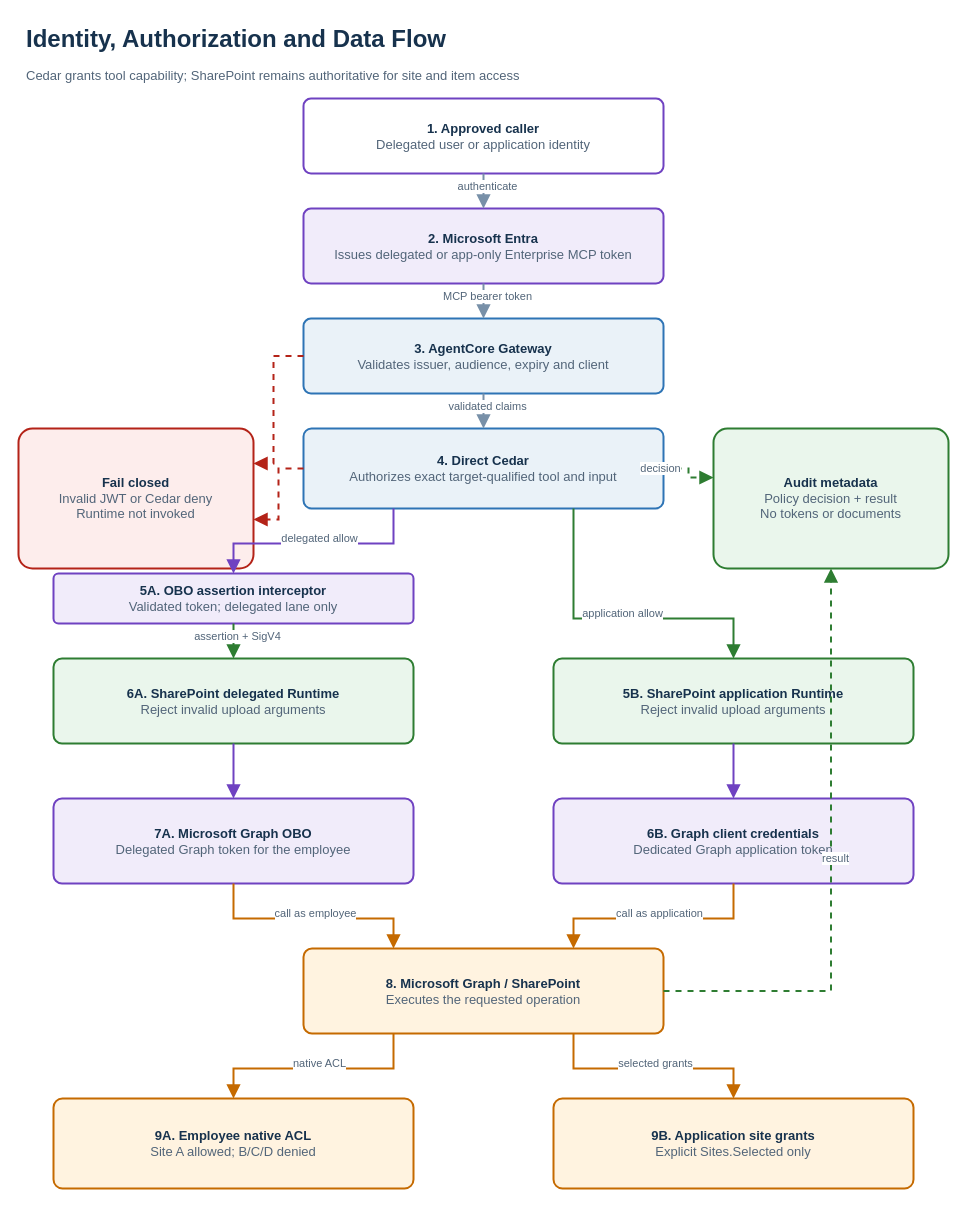
The draw.io diagram page "Identity and Data Flow" (2 of 3) of docs/architecture/enterprise-mcp-platform-review.drawio in ron8520/mcp_poc, before the edit. Source tidied: cells renumbered, new cells numbered last; positions are measured from the earlier drawing's top-left corner, leaving out a move shared by most shapes. Both pictures are drawn from the tidied source at 100%, with x=0, y=0 at pixel (18, 18).
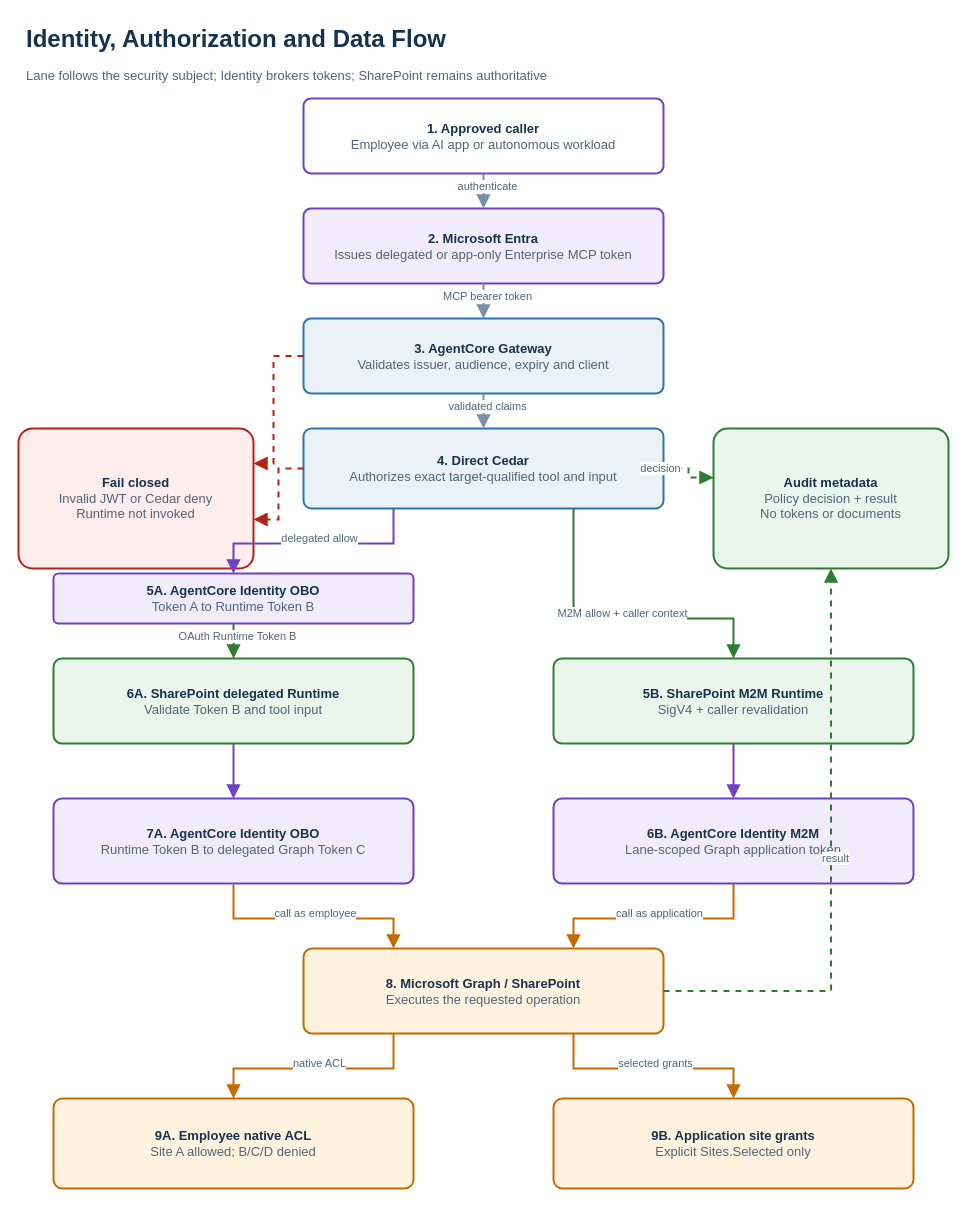
The same diagram, later.

The change refers to these unchanged cells:
```xml
<mxCell id="7" value="&lt;b&gt;4. Direct Cedar&lt;/b&gt;&lt;br&gt;&lt;font color=&quot;#526579&quot;&gt;Authorizes exact target-qualified tool and input&lt;/font&gt;" style="rounded=1;whiteSpace=wrap;html=1;arcSize=10;align=center;verticalAlign=middle;fillColor=#EAF2F8;strokeColor=#2E74B5;fontColor=#17324D;strokeWidth=2;dashed=0;fontSize=13;spacing=8;" parent="1" vertex="1">
  <mxGeometry x="285" y="410" width="360" height="80" as="geometry" />
</mxCell>
```

The edit, as a diff of the source:
```diff
@@
-    <mxCell id="3" value="Cedar grants tool capability; SharePoint remains authoritative for site and item access" style="rounded=1;whiteSpace=wrap;html=1;arcSize=10;align=center;verticalAlign=middle;fillColor=#FFFFFF;strokeColor=#FFFFFF;fontColor=#17324D;strokeWidth=2;dashed=0;fontSize=13;spacing=8;fontSize=13;align=left;fontColor=#526579;strokeOpacity=0;" parent="1" vertex="1">
+    <mxCell id="3" value="Lane follows the security subject; Identity brokers tokens; SharePoint remains authoritative" style="rounded=1;whiteSpace=wrap;html=1;arcSize=10;align=center;verticalAlign=middle;fillColor=#FFFFFF;strokeColor=#FFFFFF;fontColor=#17324D;strokeWidth=2;dashed=0;fontSize=13;spacing=8;fontSize=13;align=left;fontColor=#526579;strokeOpacity=0;" parent="1" vertex="1">
       <mxGeometry y="42" width="930" height="30" as="geometry" />
     </mxCell>
-    <mxCell id="4" value="&lt;b&gt;1. Approved caller&lt;/b&gt;&lt;br&gt;&lt;font color=&quot;#526579&quot;&gt;Delegated user or application identity&lt;/font&gt;" style="rounded=1;whiteSpace=wrap;html=1;arcSize=10;align=center;verticalAlign=middle;fillColor=#FFFFFF;strokeColor=#6F42C1;fontColor=#17324D;strokeWidth=2;dashed=0;fontSize=13;spacing=8;" parent="1" vertex="1">
+    <mxCell id="4" value="&lt;b&gt;1. Approved caller&lt;/b&gt;&lt;br&gt;&lt;font color=&quot;#526579&quot;&gt;Employee via AI app or autonomous workload&lt;/font&gt;" style="rounded=1;whiteSpace=wrap;html=1;arcSize=10;align=center;verticalAlign=middle;fillColor=#FFFFFF;strokeColor=#6F42C1;fontColor=#17324D;strokeWidth=2;dashed=0;fontSize=13;spacing=8;" parent="1" vertex="1">
       <mxGeometry x="285" y="80" width="360" height="75" as="geometry" />
     </mxCell>
@@
-    <mxCell id="8" value="&lt;b&gt;5A. OBO assertion interceptor&lt;/b&gt;&lt;br&gt;&lt;font color=&quot;#526579&quot;&gt;Validated token; delegated lane only&lt;/font&gt;" style="rounded=1;whiteSpace=wrap;html=1;arcSize=10;align=center;verticalAlign=middle;fillColor=#F1ECFA;strokeColor=#6F42C1;fontColor=#17324D;strokeWidth=2;dashed=0;fontSize=13;spacing=8;" parent="1" vertex="1">
+    <mxCell id="8" value="&lt;b&gt;5A. AgentCore Identity OBO&lt;/b&gt;&lt;br&gt;&lt;font color=&quot;#526579&quot;&gt;Token A to Runtime Token B&lt;/font&gt;" style="rounded=1;whiteSpace=wrap;html=1;arcSize=10;align=center;verticalAlign=middle;fillColor=#F1ECFA;strokeColor=#6F42C1;fontColor=#17324D;strokeWidth=2;dashed=0;fontSize=13;spacing=8;" parent="1" vertex="1">
       <mxGeometry x="35" y="555" width="360" height="50" as="geometry" />
     </mxCell>
-    <mxCell id="9" value="&lt;b&gt;6A. SharePoint delegated Runtime&lt;/b&gt;&lt;br&gt;&lt;font color=&quot;#526579&quot;&gt;Reject invalid upload arguments&lt;/font&gt;" style="rounded=1;whiteSpace=wrap;html=1;arcSize=10;align=center;verticalAlign=middle;fillColor=#EAF6EC;strokeColor=#2E7D32;fontColor=#17324D;strokeWidth=2;dashed=0;fontSize=13;spacing=8;" parent="1" vertex="1">
+    <mxCell id="9" value="&lt;b&gt;6A. SharePoint delegated Runtime&lt;/b&gt;&lt;br&gt;&lt;font color=&quot;#526579&quot;&gt;Validate Token B and tool input&lt;/font&gt;" style="rounded=1;whiteSpace=wrap;html=1;arcSize=10;align=center;verticalAlign=middle;fillColor=#EAF6EC;strokeColor=#2E7D32;fontColor=#17324D;strokeWidth=2;dashed=0;fontSize=13;spacing=8;" parent="1" vertex="1">
       <mxGeometry x="35" y="640" width="360" height="85" as="geometry" />
     </mxCell>
-    <mxCell id="10" value="&lt;b&gt;5B. SharePoint application Runtime&lt;/b&gt;&lt;br&gt;&lt;font color=&quot;#526579&quot;&gt;Reject invalid upload arguments&lt;/font&gt;" style="rounded=1;whiteSpace=wrap;html=1;arcSize=10;align=center;verticalAlign=middle;fillColor=#EAF6EC;strokeColor=#2E7D32;fontColor=#17324D;strokeWidth=2;dashed=0;fontSize=13;spacing=8;" parent="1" vertex="1">
+    <mxCell id="10" value="&lt;b&gt;5B. SharePoint M2M Runtime&lt;/b&gt;&lt;br&gt;&lt;font color=&quot;#526579&quot;&gt;SigV4 + caller revalidation&lt;/font&gt;" style="rounded=1;whiteSpace=wrap;html=1;arcSize=10;align=center;verticalAlign=middle;fillColor=#EAF6EC;strokeColor=#2E7D32;fontColor=#17324D;strokeWidth=2;dashed=0;fontSize=13;spacing=8;" parent="1" vertex="1">
       <mxGeometry x="535" y="640" width="360" height="85" as="geometry" />
     </mxCell>
-    <mxCell id="11" value="&lt;b&gt;7A. Microsoft Graph OBO&lt;/b&gt;&lt;br&gt;&lt;font color=&quot;#526579&quot;&gt;Delegated Graph token for the employee&lt;/font&gt;" style="rounded=1;whiteSpace=wrap;html=1;arcSize=10;align=center;verticalAlign=middle;fillColor=#F1ECFA;strokeColor=#6F42C1;fontColor=#17324D;strokeWidth=2;dashed=0;fontSize=13;spacing=8;" parent="1" vertex="1">
+    <mxCell id="11" value="&lt;b&gt;7A. AgentCore Identity OBO&lt;/b&gt;&lt;br&gt;&lt;font color=&quot;#526579&quot;&gt;Runtime Token B to delegated Graph Token C&lt;/font&gt;" style="rounded=1;whiteSpace=wrap;html=1;arcSize=10;align=center;verticalAlign=middle;fillColor=#F1ECFA;strokeColor=#6F42C1;fontColor=#17324D;strokeWidth=2;dashed=0;fontSize=13;spacing=8;" parent="1" vertex="1">
       <mxGeometry x="35" y="780" width="360" height="85" as="geometry" />
     </mxCell>
-    <mxCell id="12" value="&lt;b&gt;6B. Graph client credentials&lt;/b&gt;&lt;br&gt;&lt;font color=&quot;#526579&quot;&gt;Dedicated Graph application token&lt;/font&gt;" style="rounded=1;whiteSpace=wrap;html=1;arcSize=10;align=center;verticalAlign=middle;fillColor=#F1ECFA;strokeColor=#6F42C1;fontColor=#17324D;strokeWidth=2;dashed=0;fontSize=13;spacing=8;" parent="1" vertex="1">
+    <mxCell id="12" value="&lt;b&gt;6B. AgentCore Identity M2M&lt;/b&gt;&lt;br&gt;&lt;font color=&quot;#526579&quot;&gt;Lane-scoped Graph application token&lt;/font&gt;" style="rounded=1;whiteSpace=wrap;html=1;arcSize=10;align=center;verticalAlign=middle;fillColor=#F1ECFA;strokeColor=#6F42C1;fontColor=#17324D;strokeWidth=2;dashed=0;fontSize=13;spacing=8;" parent="1" vertex="1">
       <mxGeometry x="535" y="780" width="360" height="85" as="geometry" />
     </mxCell>
@@
-    <mxCell id="25" value="assertion + SigV4" style="edgeStyle=orthogonalEdgeStyle;rounded=0;jettySize=auto;html=1;strokeColor=#2E7D32;fontColor=#526579;strokeWidth=2;dashed=0;endArrow=block;endFill=1;endSize=9;fontSize=11;labelBackgroundColor=#FFFFFF;exitX=0.5;exitY=1;exitDx=0;exitDy=0;entryX=0.5;entryY=0;entryDx=0;entryDy=0;" parent="1" edge="1" source="8" target="9">
+    <mxCell id="25" value="OAuth Runtime Token B" style="edgeStyle=orthogonalEdgeStyle;rounded=0;jettySize=auto;html=1;strokeColor=#2E7D32;fontColor=#526579;strokeWidth=2;dashed=0;endArrow=block;endFill=1;endSize=9;fontSize=11;labelBackgroundColor=#FFFFFF;exitX=0.5;exitY=1;exitDx=0;exitDy=0;entryX=0.5;entryY=0;entryDx=0;entryDy=0;" parent="1" edge="1" source="8" target="9">
       <mxGeometry relative="1" as="geometry">
         <mxPoint x="4" y="-5" as="offset" />
       </mxGeometry>
     </mxCell>
-    <mxCell id="26" value="application allow" style="edgeStyle=orthogonalEdgeStyle;rounded=0;jettySize=auto;html=1;strokeColor=#2E7D32;fontColor=#526579;strokeWidth=2;dashed=0;endArrow=block;endFill=1;endSize=9;fontSize=11;labelBackgroundColor=#FFFFFF;exitX=0.75;exitY=1;exitDx=0;exitDy=0;entryX=0.5;entryY=0;entryDx=0;entryDy=0;" parent="1" edge="1" source="7" target="10">
+    <mxCell id="26" value="M2M allow + caller context" style="edgeStyle=orthogonalEdgeStyle;rounded=0;jettySize=auto;html=1;strokeColor=#2E7D32;fontColor=#526579;strokeWidth=2;dashed=0;endArrow=block;endFill=1;endSize=9;fontSize=11;labelBackgroundColor=#FFFFFF;exitX=0.75;exitY=1;exitDx=0;exitDy=0;entryX=0.5;entryY=0;entryDx=0;entryDy=0;" parent="1" edge="1" source="7" target="10">
       <mxGeometry relative="1" as="geometry">
         <Array as="points">
           <mxPoint x="555" y="600" />
           <mxPoint x="715" y="600" />
         </Array>
         <mxPoint x="4" y="-5" as="offset" />
       </mxGeometry>
     </mxCell>
```
